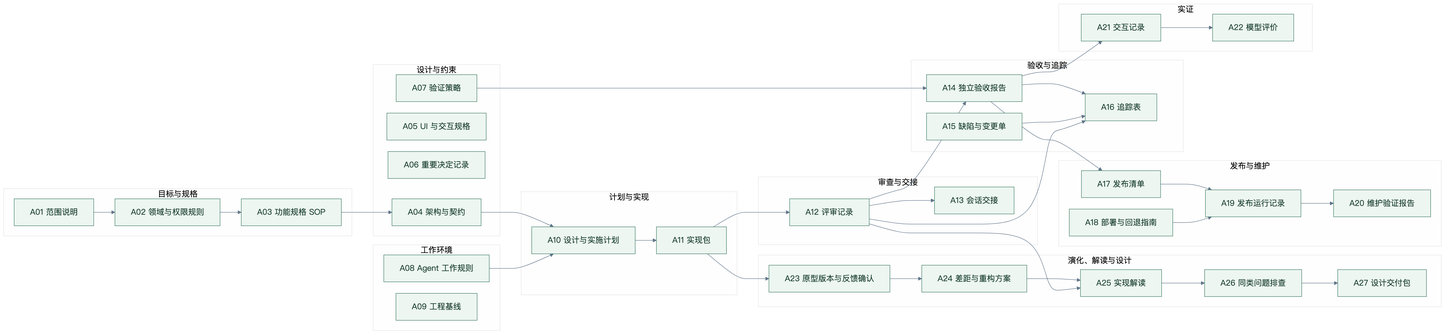
Before: model/diagrams/artifacts.png, a diagram exported from Mermaid (58greenwhale/AI-Driven-Software-Engineering). Its source is kept beside it as model/diagrams/artifacts.mmd. Source of this version:
```mermaid
flowchart LR
  subgraph G1["目标与规格"]
    direction TB
    A01["A01 范围说明"]
    A02["A02 领域与权限规则"]
    A03["A03 功能规格 SOP"]
    A01 --> A02
    A02 --> A03
  end
  subgraph G2["设计与约束"]
    direction TB
    A04["A04 架构与契约"]
    A05["A05 UI 与交互规格"]
    A06["A06 重要决定记录"]
    A07["A07 验证策略"]
  end
  subgraph G3["工作环境"]
    direction TB
    A08["A08 Agent 工作规则"]
    A09["A09 工程基线"]
  end
  subgraph G4["计划与实现"]
    direction TB
    A10["A10 设计与实施计划"]
    A11["A11 实现包"]
    A10 --> A11
  end
  subgraph G5["审查与交接"]
    direction TB
    A12["A12 评审记录"]
    A13["A13 会话交接"]
    A12 --> A13
  end
  subgraph G9["演化、解读与设计"]
    direction TB
    A23["A23 原型版本与反馈确认"]
    A24["A24 差距与重构方案"]
    A25["A25 实现解读"]
    A26["A26 同类问题排查"]
    A27["A27 设计交付包"]
    A23 --> A24
    A24 --> A25
    A25 --> A26
    A26 --> A27
  end
  subgraph G6["验收与追踪"]
    direction TB
    A14["A14 独立验收报告"]
    A15["A15 缺陷与变更单"]
    A16["A16 追踪表"]
    A14 --> A16
    A15 --> A16
  end
  subgraph G7["发布与维护"]
    direction TB
    A17["A17 发布清单"]
    A18["A18 部署与回退指南"]
    A19["A19 发布运行记录"]
    A20["A20 维护验证报告"]
    A17 --> A19
    A18 --> A19
    A19 --> A20
  end
  subgraph G8["实证"]
    direction TB
    A21["A21 交互记录"]
    A22["A22 模型评价"]
    A21 --> A22
  end
  A03 --> A04
  A04 --> A10
  A08 --> A10
  A07 --> A14
  A11 --> A12
  A11 --> A23
  A12 --> A25
  A12 --> A14
  A12 --> A16
  A14 --> A17
  A14 --> A21
```
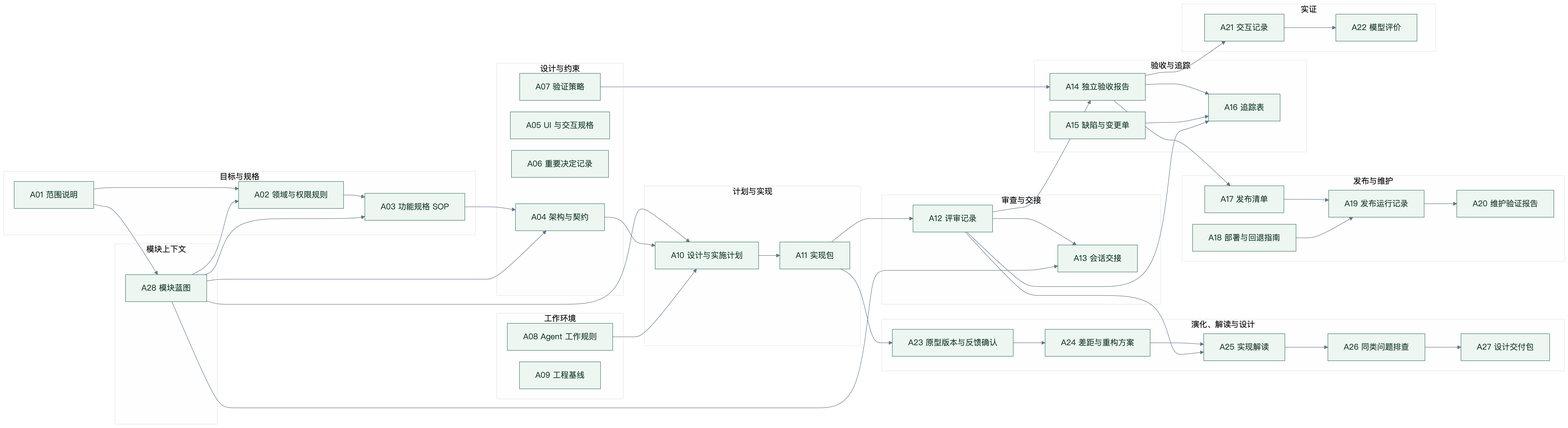
Above is the later version.

The edit, as a diff of the source:
```diff
@@ -6,6 +6,10 @@
     A03["A03 功能规格 SOP"]
     A01 --> A02
     A02 --> A03
+  end
+  subgraph G10["模块上下文"]
+    direction TB
+    A28["A28 模块蓝图"]
   end
   subgraph G2["设计与约束"]
     direction TB
@@ -68,6 +72,12 @@
     A21 --> A22
   end
   A03 --> A04
+  A01 --> A28
+  A28 --> A02
+  A28 --> A03
+  A28 --> A04
+  A28 --> A10
+  A28 --> A13
   A04 --> A10
   A08 --> A10
   A07 --> A14
```
